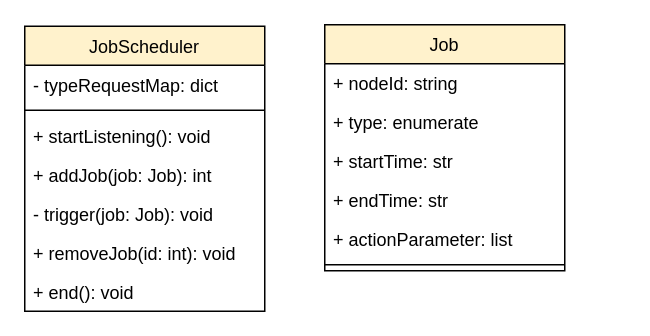
Above: page "类图_任务调度模块" (8 of 9) of 仿真功能模块UML类图.drawio in Icarus1994/neutron_conf (draw.io), before the change. Source tidied: cells renumbered, new cells numbered last; positions are measured from the earlier drawing's top-left corner, leaving out a move shared by most shapes. Both pictures are drawn from the tidied source at 150%, with x=0, y=0 at pixel (24, 24).
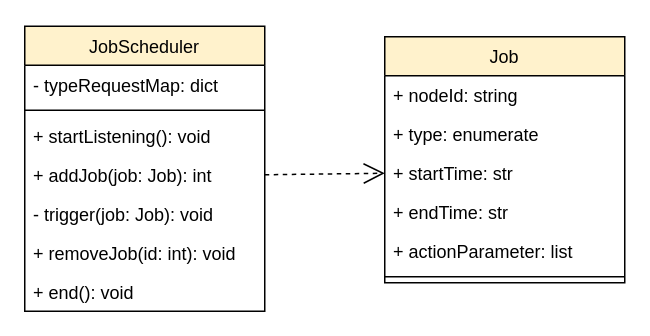
The same page after the edit.

Diff of the diagram source:
```diff
@@
 <mxGraphModel>
   <root>
     <mxCell id="0" />
     <mxCell id="1" parent="0" />
     <mxCell id="2" value="JobScheduler" style="swimlane;fontStyle=0;align=center;verticalAlign=top;horizontal=1;startSize=26;fillColor=#fff2cc;strokeColor=#000000;" parent="1" vertex="1">
       <mxGeometry y="1" width="160" height="190" as="geometry" />
     </mxCell>
     <mxCell id="3" value="- typeRequestMap: dict" style="text;strokeColor=none;fillColor=none;align=left;verticalAlign=top;spacingLeft=4;spacingRight=4;overflow=hidden;" parent="2" vertex="1">
       <mxGeometry y="26" width="160" height="26" as="geometry" />
     </mxCell>
     <mxCell id="4" style="line;strokeWidth=1;fillColor=none;align=left;verticalAlign=middle;spacingTop=-1;spacingLeft=3;spacingRight=3;labelPosition=right;" parent="2" vertex="1">
       <mxGeometry y="52" width="160" height="8" as="geometry" />
     </mxCell>
     <mxCell id="5" value="+ startListening(): void" style="text;strokeColor=none;fillColor=none;align=left;verticalAlign=top;spacingLeft=4;spacingRight=4;overflow=hidden;" parent="2" vertex="1">
       <mxGeometry y="60" width="160" height="26" as="geometry" />
     </mxCell>
     <mxCell id="6" value="+ addJob(job: Job): int" style="text;strokeColor=none;fillColor=none;align=left;verticalAlign=top;spacingLeft=4;spacingRight=4;overflow=hidden;points=[[0,0.5],[1,0.5]];portConstraint=eastwest;" parent="2" vertex="1">
       <mxGeometry y="86" width="160" height="26" as="geometry" />
     </mxCell>
     <mxCell id="7" value="- trigger(job: Job): void" style="text;strokeColor=none;fillColor=none;align=left;verticalAlign=top;spacingLeft=4;spacingRight=4;overflow=hidden;" parent="2" vertex="1">
       <mxGeometry y="112" width="160" height="26" as="geometry" />
     </mxCell>
     <mxCell id="8" value="+ removeJob(id: int): void" style="text;strokeColor=none;fillColor=none;align=left;verticalAlign=top;spacingLeft=4;spacingRight=4;overflow=hidden;" parent="2" vertex="1">
       <mxGeometry y="138" width="160" height="26" as="geometry" />
     </mxCell>
     <mxCell id="9" value="+ end(): void" style="text;strokeColor=none;fillColor=none;align=left;verticalAlign=top;spacingLeft=4;spacingRight=4;overflow=hidden;" parent="2" vertex="1">
       <mxGeometry y="164" width="160" height="26" as="geometry" />
     </mxCell>
+    <mxCell id="17" style="endArrow=open;endSize=12;dashed=1;html=1;exitX=1;exitY=0.5;exitDx=0;exitDy=0;entryX=0;entryY=0.5;entryDx=0;entryDy=0;" parent="1" edge="1" source="6" target="13">
+      <mxGeometry relative="1" as="geometry" />
+    </mxCell>
     <mxCell id="10" value="Job" style="swimlane;fontStyle=0;align=center;verticalAlign=top;horizontal=1;startSize=26;fillColor=#fff2cc;strokeColor=#000000;" parent="1" vertex="1">
-      <mxGeometry x="200" width="160" height="164" as="geometry" />
+      <mxGeometry x="240" y="8" width="160" height="164" as="geometry" />
     </mxCell>
     <mxCell id="11" value="+ nodeId: string" style="text;strokeColor=none;fillColor=none;align=left;verticalAlign=top;spacingLeft=4;spacingRight=4;overflow=hidden;" parent="10" vertex="1">
       <mxGeometry y="26" width="160" height="26" as="geometry" />
     </mxCell>
     <mxCell id="12" value="+ type: enumerate" style="text;strokeColor=none;fillColor=none;align=left;verticalAlign=top;spacingLeft=4;spacingRight=4;overflow=hidden;" parent="10" vertex="1">
       <mxGeometry y="52" width="160" height="26" as="geometry" />
     </mxCell>
     <mxCell id="13" value="+ startTime: str" style="text;strokeColor=none;fillColor=none;align=left;verticalAlign=top;spacingLeft=4;spacingRight=4;overflow=hidden;points=[[0,0.5],[1,0.5]];portConstraint=eastwest;" parent="10" vertex="1">
       <mxGeometry y="78" width="160" height="26" as="geometry" />
     </mxCell>
     <mxCell id="14" value="+ endTime: str" style="text;strokeColor=none;fillColor=none;align=left;verticalAlign=top;spacingLeft=4;spacingRight=4;overflow=hidden;" parent="10" vertex="1">
       <mxGeometry y="104" width="160" height="26" as="geometry" />
     </mxCell>
     <mxCell id="15" value="+ actionParameter: list" style="text;strokeColor=none;fillColor=none;align=left;verticalAlign=top;spacingLeft=4;spacingRight=4;overflow=hidden;" parent="10" vertex="1">
       <mxGeometry y="130" width="160" height="26" as="geometry" />
     </mxCell>
     <mxCell id="16" style="line;strokeWidth=1;fillColor=none;align=left;verticalAlign=middle;spacingTop=-1;spacingLeft=3;spacingRight=3;labelPosition=right;" parent="10" vertex="1">
       <mxGeometry y="156" width="160" height="8" as="geometry" />
     </mxCell>
   </root>
 </mxGraphModel>
```
